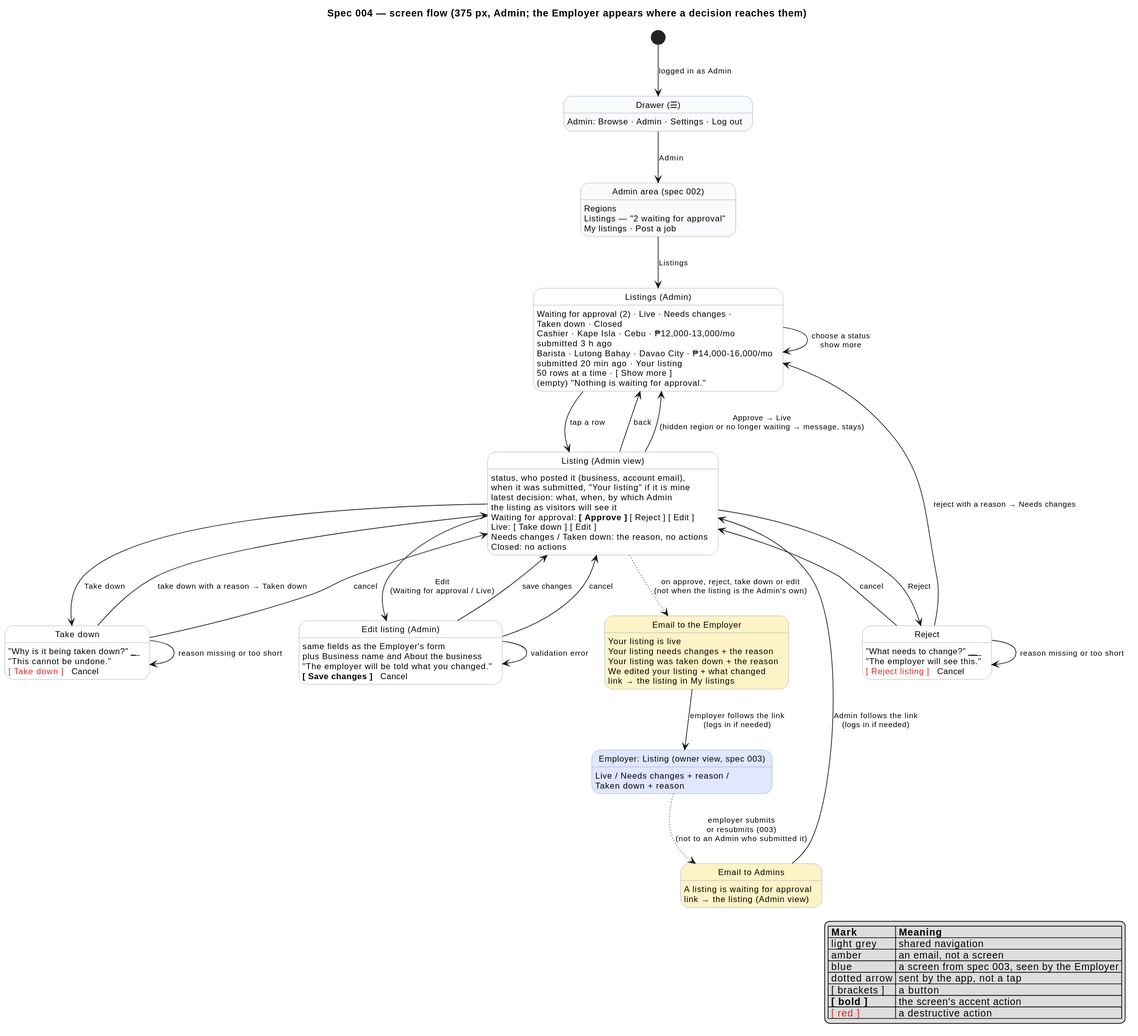
Earlier version of the PlantUML export docs/specs/004-listings-admin-moderation/diagrams/screenflow-moderation.svg (raseniero/jairojobs-elixir).
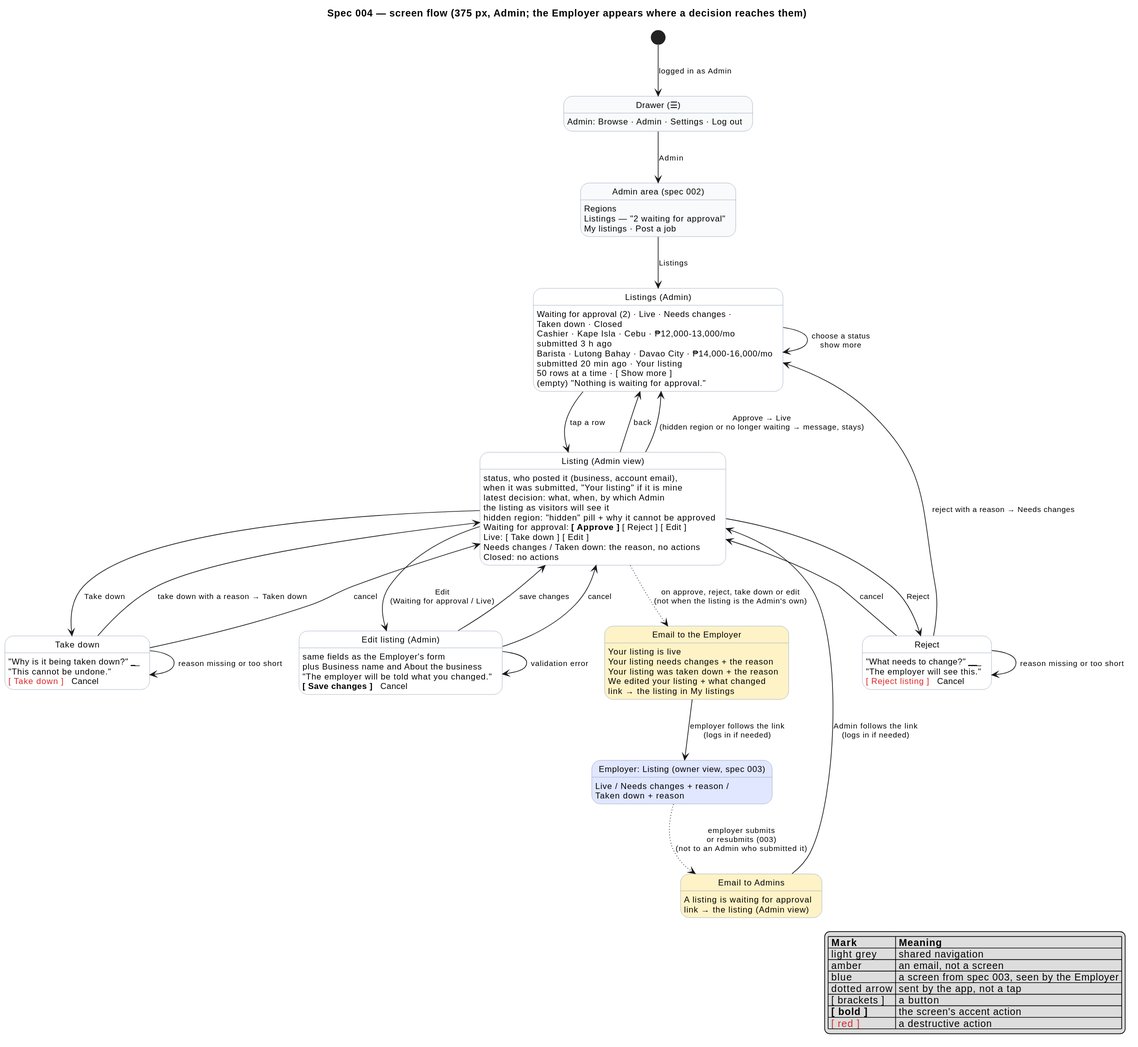
After the change.

Commit message:
docs(spec 004): close five gaps (waiting count, landings, hidden-region warning, concurrent edits, demoted owner)

The edit, as a diff of the source:
```diff
@@ -36,6 +36,7 @@
 Review : when it was submitted, "Your listing" if it is mine
 Review : latest decision: what, when, by which Admin
 Review : the listing as visitors will see it
+Review : hidden region: "hidden" pill + why it cannot be approved
 Review : Waiting for approval: **[ Approve ]** [ Reject ] [ Edit ]
 Review : Live: [ Take down ] [ Edit ]
 Review : Needs changes / Taken down: the reason, no actions
```
